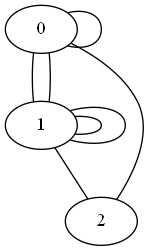
This is pngs/graph.png from Random-09/Kvasov_Andrey_IU4_23B_RK3, a Graphviz export, as it was before one commit. Its source is kept beside it as dot/graph.dot.
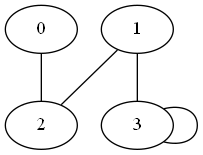
After the change.

The edit, as a diff of the source:
```diff
@@ -1,10 +1,7 @@
 digraph G {
 	edge[dir=none]
-	0 -> 0
-	0 -> 1
-	0 -> 1
 	0 -> 2
-	1 -> 1
-	1 -> 1
 	1 -> 2
+	1 -> 3
+	3 -> 3
 }
```
